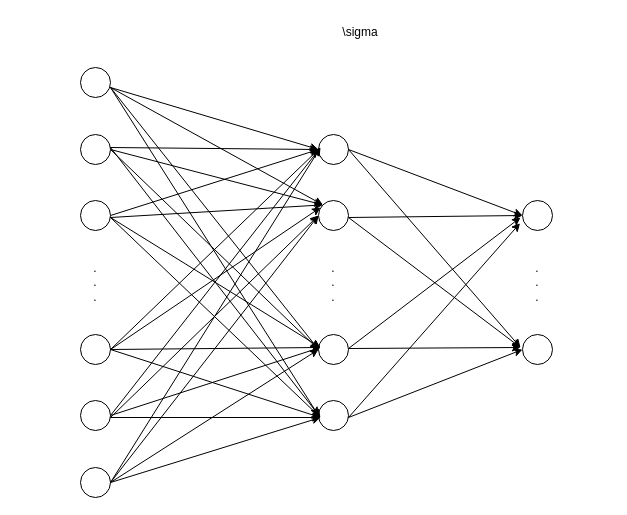
Above: backprop.drawio in hzsunzixiang/draw.io (draw.io), before the change. Source tidied: cells renumbered, new cells numbered last; positions are measured from the earlier drawing's top-left corner, leaving out a move shared by most shapes. Both pictures are drawn from the tidied source at 100%, with x=0, y=0 at pixel (65, 17). Pictures stored in the file or linked from it are replaced by grey dashed boxes.
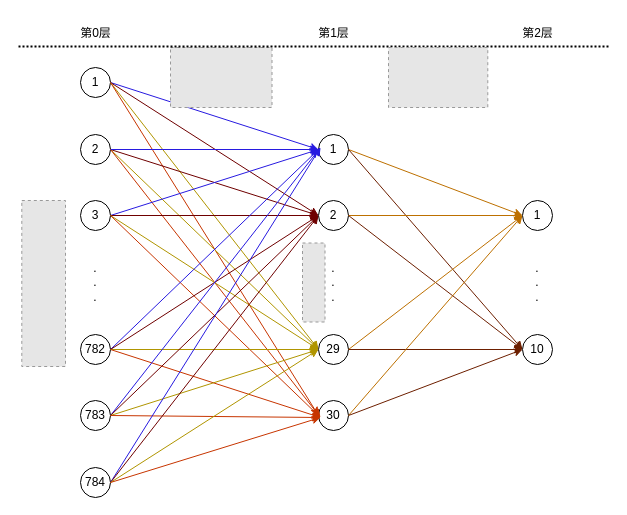
Above is the later version.

What changed in the source:
```diff
@@
-    <mxCell id="2" style="ellipse;whiteSpace=wrap;html=1;" parent="1" vertex="1">
+    <mxCell id="2" value="2" style="ellipse;whiteSpace=wrap;html=1;" parent="1" vertex="1">
       <mxGeometry x="15" y="117" width="30" height="30" as="geometry" />
     </mxCell>
-    <mxCell id="3" style="ellipse;whiteSpace=wrap;html=1;" parent="1" vertex="1">
+    <mxCell id="3" value="3" style="ellipse;whiteSpace=wrap;html=1;" parent="1" vertex="1">
       <mxGeometry x="15" y="183" width="30" height="30" as="geometry" />
     </mxCell>
-    <mxCell id="4" style="ellipse;whiteSpace=wrap;html=1;" parent="1" vertex="1">
+    <mxCell id="4" value="782" style="ellipse;whiteSpace=wrap;html=1;" parent="1" vertex="1">
       <mxGeometry x="15" y="317" width="30" height="30" as="geometry" />
     </mxCell>
-    <mxCell id="5" style="ellipse;whiteSpace=wrap;html=1;" parent="1" vertex="1">
+    <mxCell id="5" value="783" style="ellipse;whiteSpace=wrap;html=1;" parent="1" vertex="1">
       <mxGeometry x="15" y="383" width="30" height="30" as="geometry" />
     </mxCell>
@@
-    <mxCell id="7" style="ellipse;whiteSpace=wrap;html=1;" parent="1" vertex="1">
+    <mxCell id="7" value="1" style="ellipse;whiteSpace=wrap;html=1;" parent="1" vertex="1">
       <mxGeometry x="15" y="50" width="30" height="30" as="geometry" />
     </mxCell>
-    <mxCell id="8" style="ellipse;whiteSpace=wrap;html=1;" parent="1" vertex="1">
+    <mxCell id="8" value="784" style="ellipse;whiteSpace=wrap;html=1;" parent="1" vertex="1">
       <mxGeometry x="15" y="450" width="30" height="30" as="geometry" />
     </mxCell>
-    <mxCell id="9" style="ellipse;whiteSpace=wrap;html=1;" parent="1" vertex="1">
+    <mxCell id="9" value="1" style="ellipse;whiteSpace=wrap;html=1;" parent="1" vertex="1">
       <mxGeometry x="253" y="117" width="30" height="30" as="geometry" />
     </mxCell>
-    <mxCell id="10" style="ellipse;whiteSpace=wrap;html=1;" parent="1" vertex="1">
+    <mxCell id="10" value="2" style="ellipse;whiteSpace=wrap;html=1;" parent="1" vertex="1">
       <mxGeometry x="253" y="183" width="30" height="30" as="geometry" />
     </mxCell>
-    <mxCell id="11" style="ellipse;whiteSpace=wrap;html=1;" parent="1" vertex="1">
+    <mxCell id="11" value="29" style="ellipse;whiteSpace=wrap;html=1;" parent="1" vertex="1">
       <mxGeometry x="253" y="317" width="30" height="30" as="geometry" />
     </mxCell>
-    <mxCell id="12" style="ellipse;whiteSpace=wrap;html=1;" parent="1" vertex="1">
+    <mxCell id="12" value="30" style="ellipse;whiteSpace=wrap;html=1;" parent="1" vertex="1">
       <mxGeometry x="253" y="383" width="30" height="30" as="geometry" />
     </mxCell>
@@
-    <mxCell id="14" style="ellipse;whiteSpace=wrap;html=1;" parent="1" vertex="1">
+    <mxCell id="14" value="1" style="ellipse;whiteSpace=wrap;html=1;" parent="1" vertex="1">
       <mxGeometry x="457" y="183" width="30" height="30" as="geometry" />
     </mxCell>
-    <mxCell id="15" style="ellipse;whiteSpace=wrap;html=1;" parent="1" vertex="1">
+    <mxCell id="15" value="10" style="ellipse;whiteSpace=wrap;html=1;" parent="1" vertex="1">
       <mxGeometry x="457" y="317" width="30" height="30" as="geometry" />
     </mxCell>
@@
-    <mxCell id="17" style="endArrow=classic;html=1;rounded=0;entryX=0;entryY=0.5;entryDx=0;entryDy=0;" parent="1" edge="1" target="9">
-      <mxGeometry relative="1" as="geometry">
-        <mxPoint x="45" y="70" as="sourcePoint" />
-      </mxGeometry>
+    <mxCell id="17" style="endArrow=classic;html=1;rounded=0;entryX=0;entryY=0.5;entryDx=0;entryDy=0;exitX=1;exitY=0.5;exitDx=0;exitDy=0;fillColor=#d5e8d4;strokeColor=light-dark(#271ae0, #446e2c);gradientColor=#97d077;" parent="1" edge="1" source="7" target="9">
+      <mxGeometry relative="1" as="geometry" />
     </mxCell>
-    <mxCell id="18" style="endArrow=classic;html=1;rounded=0;entryX=0;entryY=0;entryDx=0;entryDy=0;" parent="1" edge="1" target="10">
-      <mxGeometry relative="1" as="geometry">
-        <mxPoint x="45" y="70" as="sourcePoint" />
-      </mxGeometry>
+    <mxCell id="18" style="endArrow=classic;html=1;rounded=0;entryX=0;entryY=0.5;entryDx=0;entryDy=0;exitX=1;exitY=0.5;exitDx=0;exitDy=0;fillColor=#a20025;strokeColor=#6F0000;" parent="1" edge="1" source="7" target="10">
+      <mxGeometry relative="1" as="geometry" />
     </mxCell>
-    <mxCell id="19" style="endArrow=classic;html=1;rounded=0;entryX=0;entryY=0.5;entryDx=0;entryDy=0;" parent="1" edge="1" target="11">
-      <mxGeometry relative="1" as="geometry">
-        <mxPoint x="45" y="70" as="sourcePoint" />
-      </mxGeometry>
+    <mxCell id="19" style="endArrow=classic;html=1;rounded=0;entryX=0;entryY=0.5;entryDx=0;entryDy=0;exitX=1;exitY=0.5;exitDx=0;exitDy=0;fillColor=#e3c800;strokeColor=#B09500;" parent="1" edge="1" source="7" target="11">
+      <mxGeometry relative="1" as="geometry" />
     </mxCell>
-    <mxCell id="20" style="endArrow=classic;html=1;rounded=0;entryX=0;entryY=0.5;entryDx=0;entryDy=0;" parent="1" edge="1" target="12">
-      <mxGeometry relative="1" as="geometry">
-        <mxPoint x="45" y="70" as="sourcePoint" />
-      </mxGeometry>
+    <mxCell id="20" style="endArrow=classic;html=1;rounded=0;entryX=0;entryY=0.5;entryDx=0;entryDy=0;exitX=1;exitY=0.5;exitDx=0;exitDy=0;fillColor=#fa6800;strokeColor=#C73500;" parent="1" edge="1" source="7" target="12">
+      <mxGeometry relative="1" as="geometry" />
     </mxCell>
-    <mxCell id="21" style="endArrow=classic;html=1;rounded=0;exitX=1;exitY=0.5;exitDx=0;exitDy=0;entryX=0;entryY=0;entryDx=0;entryDy=0;" parent="1" edge="1" source="2" target="10">
+    <mxCell id="21" style="endArrow=classic;html=1;rounded=0;exitX=1;exitY=0.5;exitDx=0;exitDy=0;entryX=0;entryY=0.5;entryDx=0;entryDy=0;fillColor=#a20025;strokeColor=#6F0000;" parent="1" edge="1" source="2" target="10">
       <mxGeometry relative="1" as="geometry" />
     </mxCell>
-    <mxCell id="22" style="endArrow=classic;html=1;rounded=0;exitX=1;exitY=0.5;exitDx=0;exitDy=0;entryX=0;entryY=0.5;entryDx=0;entryDy=0;" parent="1" edge="1" source="2" target="11">
+    <mxCell id="22" style="endArrow=classic;html=1;rounded=0;exitX=1;exitY=0.5;exitDx=0;exitDy=0;entryX=0;entryY=0.5;entryDx=0;entryDy=0;fillColor=#e3c800;strokeColor=#B09500;" parent="1" edge="1" source="2" target="11">
       <mxGeometry relative="1" as="geometry" />
     </mxCell>
-    <mxCell id="23" style="endArrow=classic;html=1;rounded=0;entryX=0;entryY=0.5;entryDx=0;entryDy=0;" parent="1" edge="1" target="9">
-      <mxGeometry relative="1" as="geometry">
-        <mxPoint x="45" y="130" as="sourcePoint" />
-      </mxGeometry>
+    <mxCell id="23" style="endArrow=classic;html=1;rounded=0;entryX=0;entryY=0.5;entryDx=0;entryDy=0;exitX=1;exitY=0.5;exitDx=0;exitDy=0;fillColor=#d5e8d4;strokeColor=light-dark(#271ae0, #446e2c);gradientColor=#97d077;" parent="1" edge="1" source="2" target="9">
+      <mxGeometry relative="1" as="geometry" />
     </mxCell>
-    <mxCell id="24" style="endArrow=classic;html=1;rounded=0;" parent="1" edge="1">
+    <mxCell id="24" style="endArrow=classic;html=1;rounded=0;exitX=1;exitY=0.5;exitDx=0;exitDy=0;fillColor=#fa6800;strokeColor=#C73500;" parent="1" edge="1" source="2">
       <mxGeometry relative="1" as="geometry">
-        <mxPoint x="45" y="130" as="sourcePoint" />
         <mxPoint x="255" y="400" as="targetPoint" />
       </mxGeometry>
     </mxCell>
-    <mxCell id="25" style="endArrow=classic;html=1;rounded=0;exitX=1;exitY=0.5;exitDx=0;exitDy=0;entryX=0;entryY=0.5;entryDx=0;entryDy=0;" parent="1" edge="1" source="3" target="9">
+    <mxCell id="25" style="endArrow=classic;html=1;rounded=0;exitX=1;exitY=0.5;exitDx=0;exitDy=0;entryX=0;entryY=0.5;entryDx=0;entryDy=0;fillColor=#d5e8d4;strokeColor=light-dark(#271ae0, #446e2c);gradientColor=#97d077;" parent="1" edge="1" source="3" target="9">
       <mxGeometry relative="1" as="geometry" />
     </mxCell>
-    <mxCell id="26" style="endArrow=classic;html=1;rounded=0;entryX=0;entryY=0;entryDx=0;entryDy=0;" parent="1" edge="1" target="10">
-      <mxGeometry relative="1" as="geometry">
-        <mxPoint x="45" y="200" as="sourcePoint" />
-      </mxGeometry>
+    <mxCell id="26" style="endArrow=classic;html=1;rounded=0;entryX=0;entryY=0.5;entryDx=0;entryDy=0;exitX=1;exitY=0.5;exitDx=0;exitDy=0;fillColor=#a20025;strokeColor=#6F0000;" parent="1" edge="1" source="3" target="10">
+      <mxGeometry relative="1" as="geometry" />
     </mxCell>
-    <mxCell id="27" style="endArrow=classic;html=1;rounded=0;" parent="1" edge="1">
-      <mxGeometry relative="1" as="geometry">
-        <mxPoint x="45" y="200" as="sourcePoint" />
-        <mxPoint x="255" y="330" as="targetPoint" />
-      </mxGeometry>
+    <mxCell id="27" style="endArrow=classic;html=1;rounded=0;entryX=0;entryY=0.5;entryDx=0;entryDy=0;exitX=1;exitY=0.5;exitDx=0;exitDy=0;fillColor=#e3c800;strokeColor=#B09500;" parent="1" edge="1" source="3" target="11">
+      <mxGeometry relative="1" as="geometry" />
     </mxCell>
-    <mxCell id="28" style="endArrow=classic;html=1;rounded=0;" parent="1" edge="1">
+    <mxCell id="28" style="endArrow=classic;html=1;rounded=0;exitX=1;exitY=0.5;exitDx=0;exitDy=0;fillColor=#fa6800;strokeColor=#C73500;" parent="1" edge="1" source="3">
       <mxGeometry relative="1" as="geometry">
-        <mxPoint x="45" y="200" as="sourcePoint" />
         <mxPoint x="255" y="400" as="targetPoint" />
       </mxGeometry>
     </mxCell>
-    <mxCell id="29" style="endArrow=classic;html=1;rounded=0;exitX=1;exitY=0.5;exitDx=0;exitDy=0;entryX=0;entryY=0.5;entryDx=0;entryDy=0;" parent="1" edge="1" source="4" target="9">
+    <mxCell id="29" style="endArrow=classic;html=1;rounded=0;exitX=1;exitY=0.5;exitDx=0;exitDy=0;entryX=0;entryY=0.5;entryDx=0;entryDy=0;fillColor=#d5e8d4;strokeColor=light-dark(#271ae0, #446e2c);gradientColor=#97d077;" parent="1" edge="1" source="4" target="9">
       <mxGeometry relative="1" as="geometry" />
     </mxCell>
-    <mxCell id="30" style="endArrow=classic;html=1;rounded=0;exitX=1;exitY=0.5;exitDx=0;exitDy=0;" parent="1" edge="1" source="4">
-      <mxGeometry relative="1" as="geometry">
-        <mxPoint x="255" y="190" as="targetPoint" />
-      </mxGeometry>
+    <mxCell id="30" style="endArrow=classic;html=1;rounded=0;exitX=1;exitY=0.5;exitDx=0;exitDy=0;entryX=0;entryY=0.5;entryDx=0;entryDy=0;fillColor=#a20025;strokeColor=#6F0000;" parent="1" edge="1" source="4" target="10">
+      <mxGeometry relative="1" as="geometry" />
     </mxCell>
-    <mxCell id="31" style="endArrow=classic;html=1;rounded=0;exitX=1;exitY=0.5;exitDx=0;exitDy=0;" parent="1" edge="1" source="4">
-      <mxGeometry relative="1" as="geometry">
-        <mxPoint x="255" y="330" as="targetPoint" />
-      </mxGeometry>
+    <mxCell id="31" style="endArrow=classic;html=1;rounded=0;exitX=1;exitY=0.5;exitDx=0;exitDy=0;entryX=0;entryY=0.5;entryDx=0;entryDy=0;fillColor=#e3c800;strokeColor=#B09500;" parent="1" edge="1" source="4" target="11">
+      <mxGeometry relative="1" as="geometry" />
     </mxCell>
-    <mxCell id="32" style="endArrow=classic;html=1;rounded=0;exitX=1;exitY=0.5;exitDx=0;exitDy=0;" parent="1" edge="1" source="4">
+    <mxCell id="32" style="endArrow=classic;html=1;rounded=0;exitX=1;exitY=0.5;exitDx=0;exitDy=0;fillColor=#fa6800;strokeColor=#C73500;" parent="1" edge="1" source="4">
       <mxGeometry relative="1" as="geometry">
         <mxPoint x="255" y="400" as="targetPoint" />
       </mxGeometry>
     </mxCell>
-    <mxCell id="33" style="endArrow=classic;html=1;rounded=0;exitX=1;exitY=0.5;exitDx=0;exitDy=0;" parent="1" edge="1" source="5">
+    <mxCell id="33" style="endArrow=classic;html=1;rounded=0;exitX=1;exitY=0.5;exitDx=0;exitDy=0;fillColor=#d5e8d4;strokeColor=light-dark(#271ae0, #446e2c);gradientColor=#97d077;" parent="1" edge="1" source="5">
       <mxGeometry relative="1" as="geometry">
         <mxPoint x="255" y="130" as="targetPoint" />
       </mxGeometry>
     </mxCell>
-    <mxCell id="34" style="endArrow=classic;html=1;rounded=0;entryX=0;entryY=0.5;entryDx=0;entryDy=0;" parent="1" edge="1" target="10">
-      <mxGeometry relative="1" as="geometry">
-        <mxPoint x="45" y="400" as="sourcePoint" />
-      </mxGeometry>
+    <mxCell id="34" style="endArrow=classic;html=1;rounded=0;entryX=0;entryY=0.5;entryDx=0;entryDy=0;exitX=1;exitY=0.5;exitDx=0;exitDy=0;fillColor=#a20025;strokeColor=#6F0000;" parent="1" edge="1" source="5" target="10">
+      <mxGeometry relative="1" as="geometry" />
     </mxCell>
-    <mxCell id="35" style="endArrow=classic;html=1;rounded=0;exitX=1;exitY=0.5;exitDx=0;exitDy=0;" parent="1" edge="1" source="5">
-      <mxGeometry relative="1" as="geometry">
-        <mxPoint x="255" y="330" as="targetPoint" />
-      </mxGeometry>
+    <mxCell id="35" style="endArrow=classic;html=1;rounded=0;exitX=1;exitY=0.5;exitDx=0;exitDy=0;entryX=0;entryY=0.5;entryDx=0;entryDy=0;fillColor=#e3c800;strokeColor=#B09500;" parent="1" edge="1" source="5" target="11">
+      <mxGeometry relative="1" as="geometry" />
     </mxCell>
-    <mxCell id="36" style="endArrow=classic;html=1;rounded=0;" parent="1" edge="1">
+    <mxCell id="36" style="endArrow=classic;html=1;rounded=0;exitX=1;exitY=0.5;exitDx=0;exitDy=0;fillColor=#fa6800;strokeColor=#C73500;" parent="1" edge="1" source="5">
       <mxGeometry relative="1" as="geometry">
-        <mxPoint x="45" y="400" as="sourcePoint" />
         <mxPoint x="255" y="400" as="targetPoint" />
       </mxGeometry>
     </mxCell>
-    <mxCell id="37" style="endArrow=classic;html=1;rounded=0;exitX=1;exitY=0.5;exitDx=0;exitDy=0;" parent="1" edge="1" source="8">
+    <mxCell id="37" style="endArrow=classic;html=1;rounded=0;exitX=1;exitY=0.5;exitDx=0;exitDy=0;fillColor=#d5e8d4;strokeColor=light-dark(#271ae0, #446e2c);gradientColor=#97d077;" parent="1" edge="1" source="8">
       <mxGeometry relative="1" as="geometry">
         <mxPoint x="255" y="130" as="targetPoint" />
       </mxGeometry>
     </mxCell>
-    <mxCell id="38" style="endArrow=classic;html=1;rounded=0;exitX=1;exitY=0.5;exitDx=0;exitDy=0;entryX=0;entryY=0.5;entryDx=0;entryDy=0;" parent="1" edge="1" source="8" target="10">
+    <mxCell id="38" style="endArrow=classic;html=1;rounded=0;exitX=1;exitY=0.5;exitDx=0;exitDy=0;entryX=0;entryY=0.5;entryDx=0;entryDy=0;fillColor=#a20025;strokeColor=#6F0000;" parent="1" edge="1" source="8" target="10">
       <mxGeometry relative="1" as="geometry" />
     </mxCell>
-    <mxCell id="39" style="endArrow=classic;html=1;rounded=0;exitX=1;exitY=0.5;exitDx=0;exitDy=0;entryX=0;entryY=0.5;entryDx=0;entryDy=0;" parent="1" edge="1" source="8" target="11">
+    <mxCell id="39" style="endArrow=classic;html=1;rounded=0;exitX=1;exitY=0.5;exitDx=0;exitDy=0;entryX=0;entryY=0.5;entryDx=0;entryDy=0;fillColor=#e3c800;strokeColor=#B09500;" parent="1" edge="1" source="8" target="11">
       <mxGeometry relative="1" as="geometry" />
     </mxCell>
-    <mxCell id="40" style="endArrow=classic;html=1;rounded=0;exitX=1;exitY=0.5;exitDx=0;exitDy=0;" parent="1" edge="1" source="8">
+    <mxCell id="40" style="endArrow=classic;html=1;rounded=0;exitX=1;exitY=0.5;exitDx=0;exitDy=0;fillColor=#fa6800;strokeColor=#C73500;" parent="1" edge="1" source="8">
       <mxGeometry relative="1" as="geometry">
         <mxPoint x="255" y="400" as="targetPoint" />
       </mxGeometry>
     </mxCell>
-    <mxCell id="41" style="endArrow=classic;html=1;rounded=0;entryX=0;entryY=0.5;entryDx=0;entryDy=0;exitX=1;exitY=0.5;exitDx=0;exitDy=0;" parent="1" edge="1" source="9" target="14">
+    <mxCell id="41" style="endArrow=classic;html=1;rounded=0;entryX=0;entryY=0.5;entryDx=0;entryDy=0;exitX=1;exitY=0.5;exitDx=0;exitDy=0;fillColor=#f0a30a;strokeColor=#BD7000;" parent="1" edge="1" source="9" target="14">
       <mxGeometry relative="1" as="geometry" />
     </mxCell>
-    <mxCell id="42" style="endArrow=classic;html=1;rounded=0;exitX=1;exitY=0.5;exitDx=0;exitDy=0;" parent="1" edge="1" source="9">
-      <mxGeometry relative="1" as="geometry">
-        <mxPoint x="455" y="330" as="targetPoint" />
-      </mxGeometry>
+    <mxCell id="42" style="endArrow=classic;html=1;rounded=0;exitX=1;exitY=0.5;exitDx=0;exitDy=0;entryX=0;entryY=0.5;entryDx=0;entryDy=0;fillColor=#a0522d;strokeColor=#6D1F00;" parent="1" edge="1" source="9" target="15">
+      <mxGeometry relative="1" as="geometry" />
     </mxCell>
-    <mxCell id="43" style="endArrow=classic;html=1;rounded=0;entryX=0;entryY=0.5;entryDx=0;entryDy=0;exitX=1;exitY=0.5;exitDx=0;exitDy=0;" parent="1" edge="1" target="14">
-      <mxGeometry relative="1" as="geometry">
-        <mxPoint x="283" y="200" as="sourcePoint" />
-      </mxGeometry>
+    <mxCell id="43" style="endArrow=classic;html=1;rounded=0;entryX=0;entryY=0.5;entryDx=0;entryDy=0;exitX=1;exitY=0.5;exitDx=0;exitDy=0;fillColor=#f0a30a;strokeColor=#BD7000;" parent="1" edge="1" source="10" target="14">
+      <mxGeometry relative="1" as="geometry" />
     </mxCell>
-    <mxCell id="44" style="endArrow=classic;html=1;rounded=0;exitX=1;exitY=0.5;exitDx=0;exitDy=0;" parent="1" edge="1">
-      <mxGeometry relative="1" as="geometry">
-        <mxPoint x="283" y="200" as="sourcePoint" />
-        <mxPoint x="455" y="330" as="targetPoint" />
-      </mxGeometry>
+    <mxCell id="44" style="endArrow=classic;html=1;rounded=0;exitX=1;exitY=0.5;exitDx=0;exitDy=0;entryX=0;entryY=0.5;entryDx=0;entryDy=0;fillColor=#a0522d;strokeColor=#6D1F00;" parent="1" edge="1" source="10" target="15">
+      <mxGeometry relative="1" as="geometry" />
     </mxCell>
-    <mxCell id="45" style="endArrow=classic;html=1;rounded=0;exitX=1;exitY=0.5;exitDx=0;exitDy=0;" parent="1" edge="1">
-      <mxGeometry relative="1" as="geometry">
-        <mxPoint x="283" y="331" as="sourcePoint" />
-        <mxPoint x="455" y="200" as="targetPoint" />
-      </mxGeometry>
+    <mxCell id="45" style="endArrow=classic;html=1;rounded=0;exitX=1;exitY=0.5;exitDx=0;exitDy=0;entryX=0;entryY=0.5;entryDx=0;entryDy=0;fillColor=#f0a30a;strokeColor=#BD7000;" parent="1" edge="1" source="11" target="14">
+      <mxGeometry relative="1" as="geometry" />
     </mxCell>
-    <mxCell id="46" style="endArrow=classic;html=1;rounded=0;exitX=1;exitY=0.5;exitDx=0;exitDy=0;" parent="1" edge="1">
-      <mxGeometry relative="1" as="geometry">
-        <mxPoint x="283" y="331" as="sourcePoint" />
-        <mxPoint x="455" y="330" as="targetPoint" />
-      </mxGeometry>
+    <mxCell id="46" style="endArrow=classic;html=1;rounded=0;exitX=1;exitY=0.5;exitDx=0;exitDy=0;entryX=0;entryY=0.5;entryDx=0;entryDy=0;fillColor=#a0522d;strokeColor=#6D1F00;" parent="1" edge="1" source="11" target="15">
+      <mxGeometry relative="1" as="geometry" />
     </mxCell>
-    <mxCell id="47" style="endArrow=classic;html=1;rounded=0;entryX=-0.083;entryY=0.758;entryDx=0;entryDy=0;exitX=1;exitY=0.5;exitDx=0;exitDy=0;entryPerimeter=0;" parent="1" edge="1" target="14">
-      <mxGeometry relative="1" as="geometry">
-        <mxPoint x="283" y="400" as="sourcePoint" />
-      </mxGeometry>
+    <mxCell id="47" style="endArrow=classic;html=1;rounded=0;exitX=1;exitY=0.5;exitDx=0;exitDy=0;entryX=0;entryY=0.5;entryDx=0;entryDy=0;fillColor=#f0a30a;strokeColor=#BD7000;" parent="1" edge="1" source="12" target="14">
+      <mxGeometry relative="1" as="geometry" />
     </mxCell>
-    <mxCell id="48" style="endArrow=classic;html=1;rounded=0;exitX=1;exitY=0.5;exitDx=0;exitDy=0;entryX=0;entryY=0.5;entryDx=0;entryDy=0;" parent="1" edge="1" target="15">
-      <mxGeometry relative="1" as="geometry">
-        <mxPoint x="283" y="400" as="sourcePoint" />
-      </mxGeometry>
+    <mxCell id="48" style="endArrow=classic;html=1;rounded=0;exitX=1;exitY=0.5;exitDx=0;exitDy=0;entryX=0;entryY=0.5;entryDx=0;entryDy=0;fillColor=#a0522d;strokeColor=#6D1F00;" parent="1" edge="1" source="12" target="15">
+      <mxGeometry relative="1" as="geometry" />
     </mxCell>
-    <mxCell id="49" value="\sigma" style="text;html=1;align=center;verticalAlign=middle;whiteSpace=wrap;rounded=0;" parent="1" vertex="1">
-      <mxGeometry x="265" width="60" height="30" as="geometry" />
-    </mxCell>
+    <mxCell id="50" value="第0层" style="text;html=1;align=center;verticalAlign=middle;strokeColor=none;fillColor=none;" parent="1" vertex="1">
+      <mxGeometry x="5" y="1" width="50" height="30" as="geometry" />
+    </mxCell>
+    <mxCell id="51" value="第1层" style="text;html=1;align=center;verticalAlign=middle;strokeColor=none;fillColor=none;" parent="1" vertex="1">
+      <mxGeometry x="243" y="1" width="50" height="30" as="geometry" />
+    </mxCell>
+    <mxCell id="52" value="第2层" style="text;html=1;align=center;verticalAlign=middle;strokeColor=none;fillColor=none;" parent="1" vertex="1">
+      <mxGeometry x="447" y="1" width="50" height="30" as="geometry" />
+    </mxCell>
+    <mxCell id="53" style="fillColor=#E6E6E6;strokeColor=#999999;dashed=1;verticalLabelPosition=bottom;labelBackgroundColor=default;verticalAlign=top;" parent="1" vertex="1">
+      <mxGeometry x="105" y="30" width="101.5" height="60" as="geometry" />
+    </mxCell>
+    <mxCell id="54" style="fillColor=#E6E6E6;strokeColor=#999999;dashed=1;verticalLabelPosition=bottom;labelBackgroundColor=default;verticalAlign=top;" parent="1" vertex="1">
+      <mxGeometry x="-43.7" y="183" width="43.7" height="166" as="geometry" />
+    </mxCell>
+    <mxCell id="55" style="fillColor=#E6E6E6;strokeColor=#999999;dashed=1;verticalLabelPosition=bottom;labelBackgroundColor=default;verticalAlign=top;" parent="1" vertex="1">
+      <mxGeometry x="237" y="225.5" width="22.5" height="79" as="geometry" />
+    </mxCell>
+    <mxCell id="56" style="endArrow=none;dashed=1;html=1;dashPattern=1 1;strokeWidth=2;rounded=0;" parent="1" edge="1">
+      <mxGeometry relative="1" as="geometry">
+        <mxPoint x="-47" y="29" as="sourcePoint" />
+        <mxPoint x="543" y="29" as="targetPoint" />
+      </mxGeometry>
+    </mxCell>
+    <mxCell id="57" style="fillColor=#E6E6E6;strokeColor=#999999;dashed=1;verticalLabelPosition=bottom;labelBackgroundColor=default;verticalAlign=top;" parent="1" vertex="1">
+      <mxGeometry x="323" y="30" width="99.3" height="60" as="geometry" />
+    </mxCell>
```
